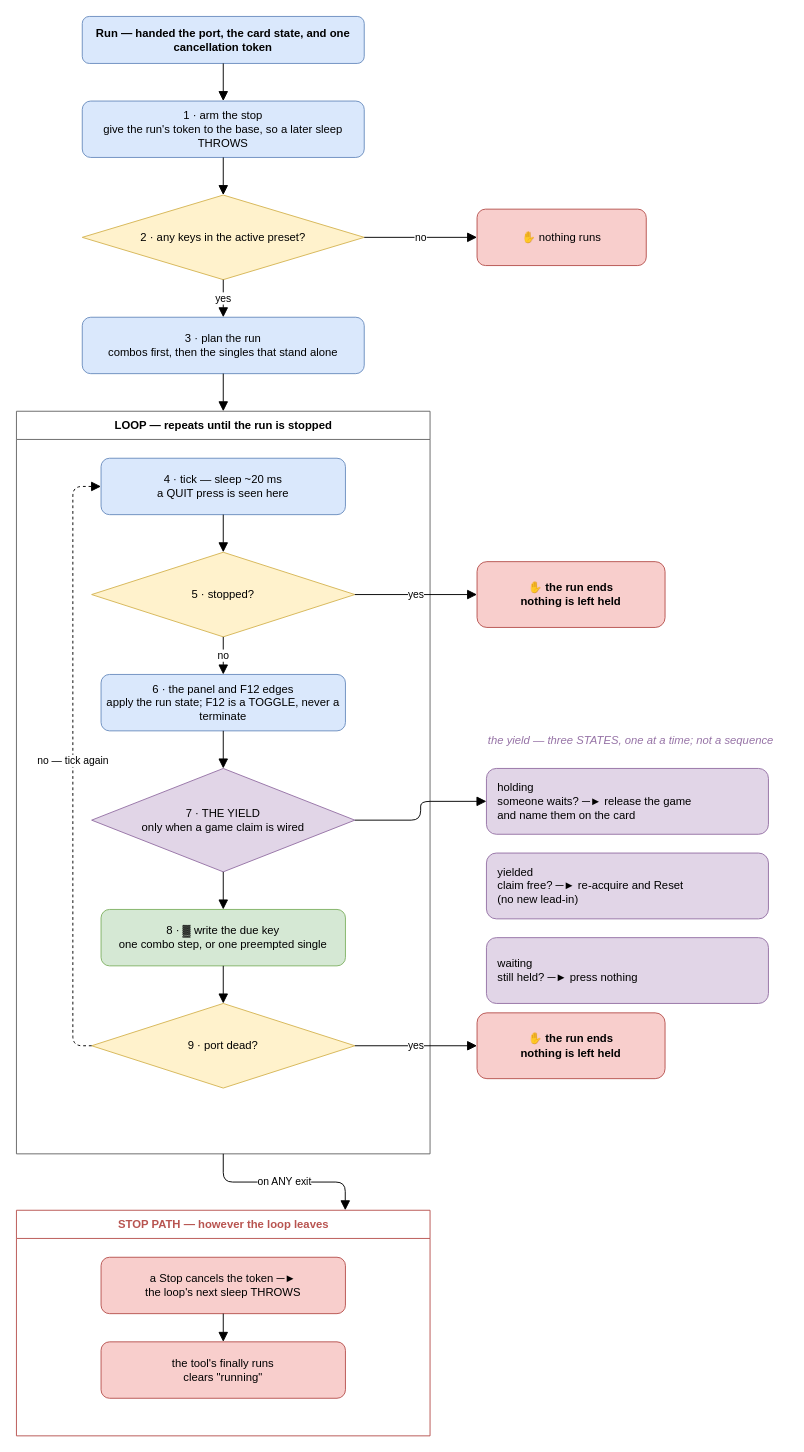
The draw.io diagram v2/docs/diagrams/spammer-flow.drawio in keikeiiu/seal-tools, before the edit. Source tidied: cells renumbered, new cells numbered last; positions are measured from the earlier drawing's top-left corner, leaving out a move shared by most shapes. Both pictures are drawn from the tidied source at 94%, with x=0, y=0 at pixel (16, 16).
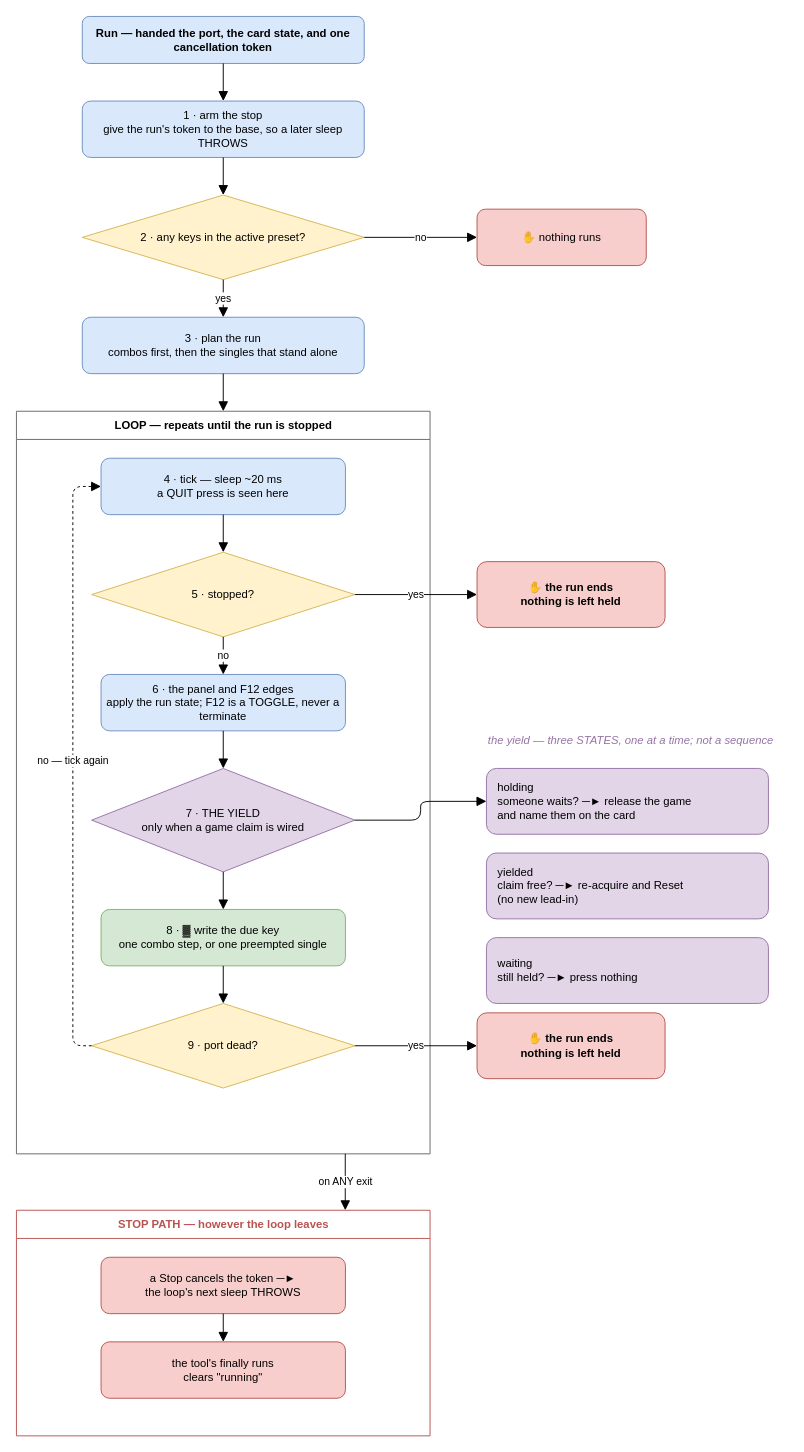
Above is the later version.

Commit message:
docs(diagrams): straighten the on-ANY-exit line

It jogged: the exit was pinned at the loop's centre (0.5) while the entry
was pinned at 0.795 to keep the arrowhead off the STOP PATH's title, so the
router drew a horizontal step between them.

Both swimlanes sit at the same x with the same width, so 0.795 is the SAME
absolute point on each — pinning the exit to it too makes the line straight
and still clears the title text.

Unchanged cells that the change refers to:
```xml
<mxCell id="7" value="LOOP — repeats until the run is stopped" style="swimlane;startSize=30;html=1;fillColor=none;strokeColor=#666666;fontStyle=1;" parent="1" vertex="1">
  <mxGeometry y="420" width="440" height="790" as="geometry" />
</mxCell>
<mxCell id="17" value="STOP PATH — however the loop leaves" style="swimlane;startSize=30;html=1;fillColor=none;strokeColor=#b85450;fontStyle=1;fontColor=#b85450;" parent="1" vertex="1">
  <mxGeometry y="1270" width="440" height="240" as="geometry" />
</mxCell>
```

Diff of the diagram source:
```diff
@@
-    <mxCell id="37" value="on ANY exit" style="edgeStyle=orthogonalEdgeStyle;rounded=1;jettySize=auto;html=1;endArrow=block;endSize=8;exitX=0.5;exitY=1;exitDx=0;exitDy=0;entryX=0.795;entryY=0;entryDx=0;entryDy=0;" parent="1" edge="1" source="7" target="17">
+    <mxCell id="37" value="on ANY exit" style="edgeStyle=orthogonalEdgeStyle;rounded=1;jettySize=auto;html=1;endArrow=block;endSize=8;exitX=0.795;exitY=1;exitDx=0;exitDy=0;entryX=0.795;entryY=0;entryDx=0;entryDy=0;" parent="1" edge="1" source="7" target="17">
       <mxGeometry relative="1" as="geometry" />
     </mxCell>
```
